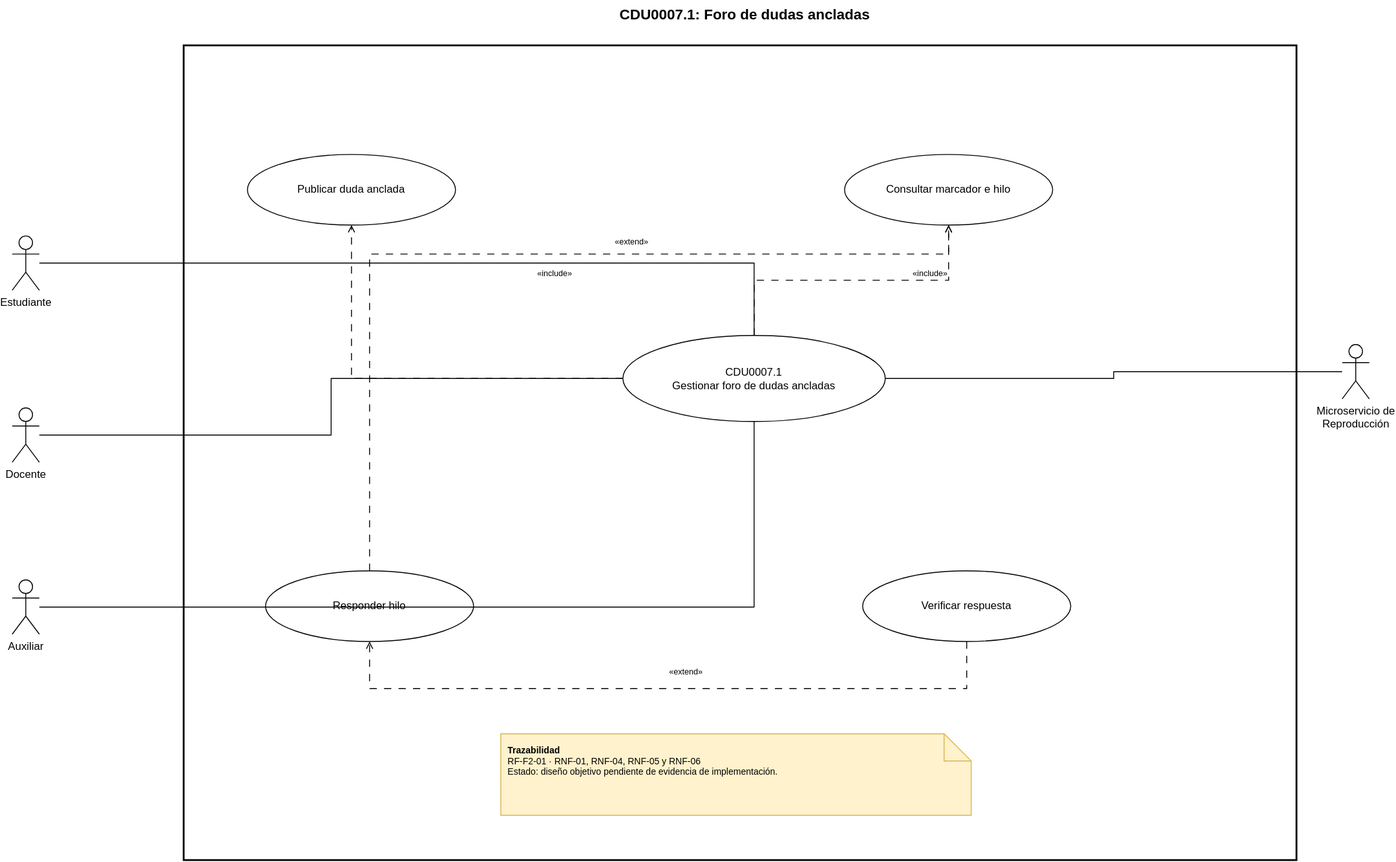
This is Documentacion/CDU/CDU_Expandido_CDU28_202307691.drawio.svg from thanya-gate/SA_PROYECTO_202307691, a draw.io export, as it was before one commit. Source tidied: cells renumbered, new cells last; positions are measured from the earlier drawing's top-left corner, leaving out a move shared by most shapes.
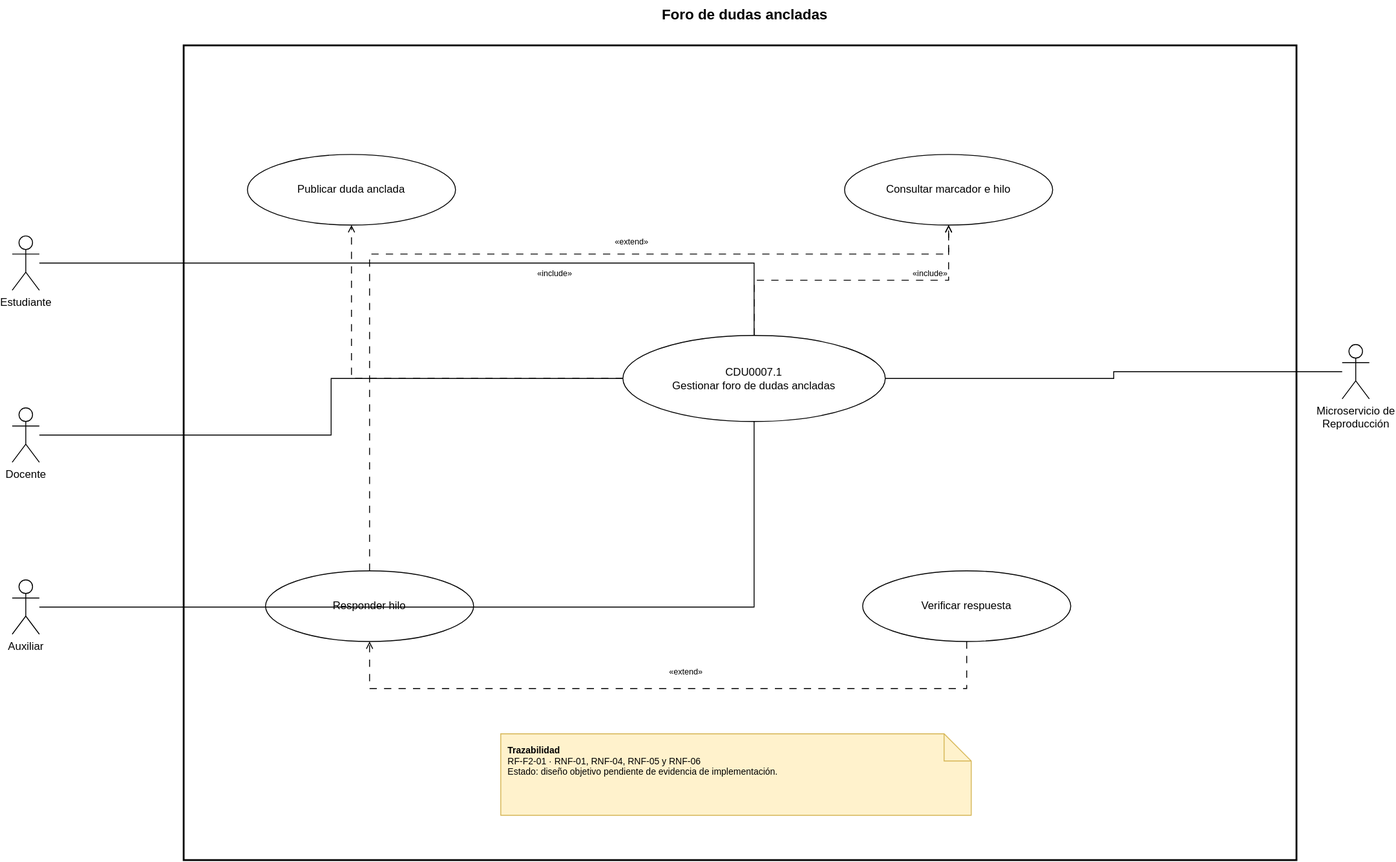
The same diagram one commit later.

Diff of the diagram source:
```diff
@@ -5,7 +5,7 @@
     <mxCell id="2" style="rounded=0;whiteSpace=wrap;html=1;fillColor=none;strokeWidth=2;" parent="1" vertex="1">
       <mxGeometry x="190" y="50" width="1230" height="900" as="geometry" />
     </mxCell>
-    <mxCell id="3" value="CDU0007.1: Foro de dudas ancladas" style="text;html=1;whiteSpace=wrap;strokeColor=none;fillColor=none;align=center;verticalAlign=middle;fontStyle=1;fontSize=16;" parent="1" vertex="1">
+    <mxCell id="3" value="Foro de dudas ancladas" style="text;html=1;whiteSpace=wrap;strokeColor=none;fillColor=none;align=center;verticalAlign=middle;fontStyle=1;fontSize=16;" parent="1" vertex="1">
       <mxGeometry x="450" width="720" height="30" as="geometry" />
     </mxCell>
     <mxCell id="4" value="Estudiante" style="shape=umlActor;verticalLabelPosition=bottom;verticalAlign=top;html=1;" parent="1" vertex="1">
```
